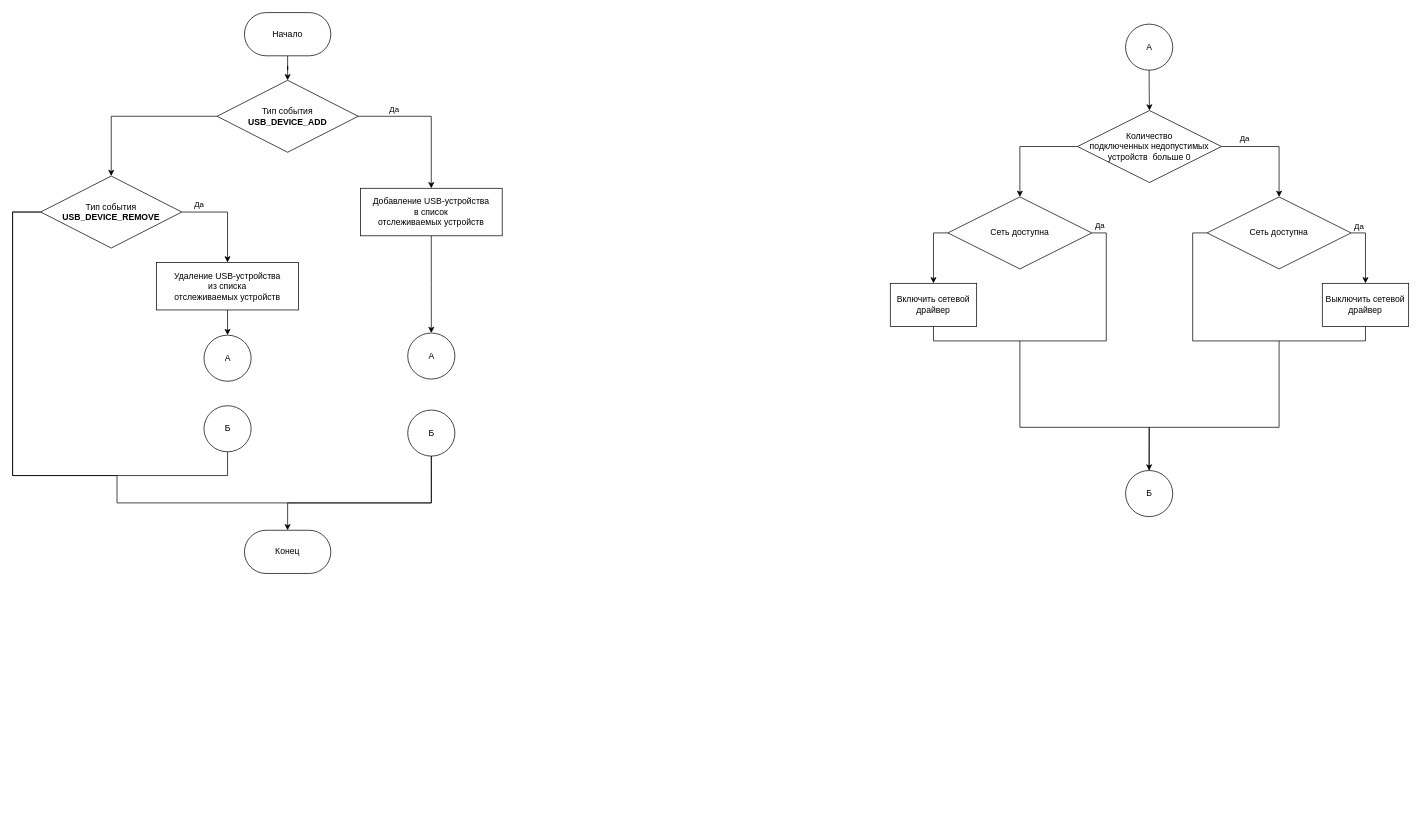
Earlier version of the draw.io diagram docs/diagrams/drawio/algo.drawio (hackfeed/netkiller). Source tidied: cells renumbered, new cells numbered last; positions are measured from the earlier drawing's top-left corner, leaving out a move shared by most shapes. Both pictures are drawn from the tidied source at 72%, with x=0, y=0 at pixel (12, 12).
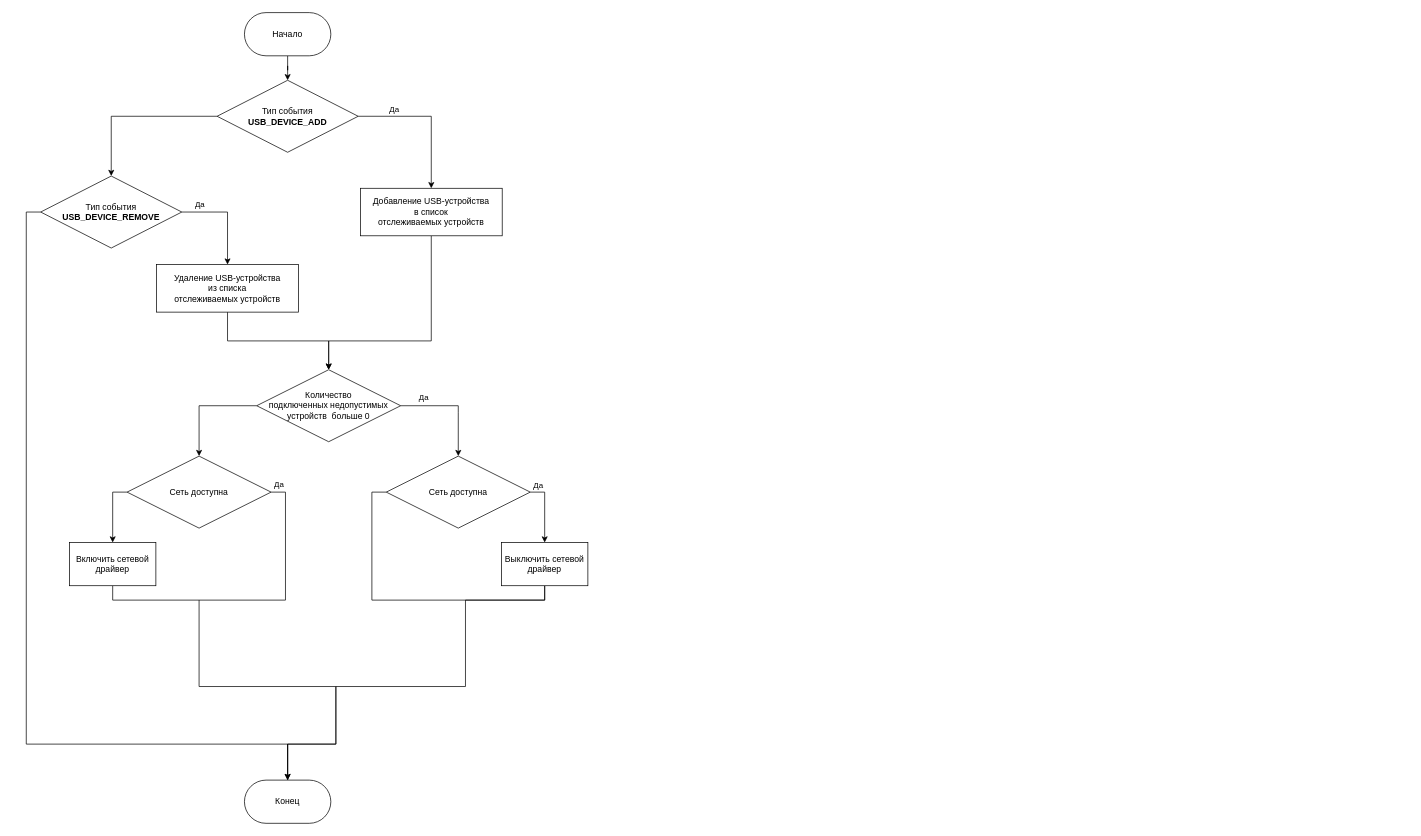
The same diagram, later.

Unchanged cells that the change refers to:
```xml
<mxCell id="9" value="Тип события &lt;br&gt;&lt;b&gt;USB_DEVICE_REMOVE&lt;/b&gt;" style="strokeWidth=1;html=1;shape=mxgraph.flowchart.decision;whiteSpace=wrap;strokeColor=default;" parent="1" vertex="1">
  <mxGeometry x="39" y="227" width="196" height="100" as="geometry" />
</mxCell>
<mxCell id="11" value="Добавление USB-устройства &lt;br&gt;в список &lt;br&gt;отслеживаемых устройств" style="rounded=0;whiteSpace=wrap;html=1;" parent="1" vertex="1">
  <mxGeometry x="483" y="244" width="197" height="66" as="geometry" />
</mxCell>
```

Diff of the diagram source:
```diff
@@
-    <mxCell id="7" style="edgeStyle=orthogonalEdgeStyle;rounded=0;jettySize=auto;html=1;exitX=0;exitY=0.5;exitDx=0;exitDy=0;exitPerimeter=0;entryX=0.5;entryY=1;entryDx=0;entryDy=0;entryPerimeter=0;endArrow=none;endFill=0;" parent="1" edge="1" source="9" target="33">
-      <mxGeometry relative="1" as="geometry">
-        <Array as="points">
-          <mxPoint y="277" />
-          <mxPoint y="643" />
-          <mxPoint x="299" y="643" />
-        </Array>
-      </mxGeometry>
-    </mxCell>
-    <mxCell id="8" style="edgeStyle=orthogonalEdgeStyle;rounded=0;jettySize=auto;html=1;exitX=0;exitY=0.5;exitDx=0;exitDy=0;exitPerimeter=0;entryX=0.5;entryY=1;entryDx=0;entryDy=0;entryPerimeter=0;endArrow=none;endFill=0;" parent="1" edge="1" source="9" target="35">
-      <mxGeometry relative="1" as="geometry">
-        <Array as="points">
-          <mxPoint y="277" />
-          <mxPoint y="643" />
-          <mxPoint x="145" y="643" />
-          <mxPoint x="145" y="681" />
-          <mxPoint x="582" y="681" />
-        </Array>
-      </mxGeometry>
-    </mxCell>
+    <mxCell id="40" style="edgeStyle=orthogonalEdgeStyle;rounded=0;jettySize=auto;html=1;exitX=0;exitY=0.5;exitDx=0;exitDy=0;exitPerimeter=0;entryX=0.5;entryY=0;entryDx=0;entryDy=0;" parent="1" edge="1" source="9" target="38">
+      <mxGeometry relative="1" as="geometry">
+        <Array as="points">
+          <mxPoint x="19" y="277" />
+          <mxPoint x="19" y="1016" />
+          <mxPoint x="382" y="1016" />
+        </Array>
+      </mxGeometry>
+    </mxCell>
@@
-    <mxCell id="10" style="edgeStyle=orthogonalEdgeStyle;rounded=0;jettySize=auto;html=1;exitX=0.5;exitY=1;exitDx=0;exitDy=0;entryX=0.5;entryY=0;entryDx=0;entryDy=0;entryPerimeter=0;endArrow=classic;endFill=1;" parent="1" edge="1" source="11" target="29">
-      <mxGeometry relative="1" as="geometry" />
-    </mxCell>
+    <mxCell id="41" style="edgeStyle=orthogonalEdgeStyle;rounded=0;jettySize=auto;html=1;entryX=0.5;entryY=0;entryDx=0;entryDy=0;entryPerimeter=0;" parent="1" edge="1" source="11" target="14">
+      <mxGeometry relative="1" as="geometry">
+        <Array as="points">
+          <mxPoint x="582" y="456" />
+          <mxPoint x="439" y="456" />
+        </Array>
+      </mxGeometry>
+    </mxCell>
@@
     <mxCell id="12" value="Да" style="edgeStyle=orthogonalEdgeStyle;rounded=0;jettySize=auto;html=1;exitX=1;exitY=0.5;exitDx=0;exitDy=0;exitPerimeter=0;entryX=0.5;entryY=0;entryDx=0;entryDy=0;entryPerimeter=0;" parent="1" edge="1" source="14" target="18">
       <mxGeometry x="-0.58" y="11" relative="1" as="geometry">
         <Array as="points">
-          <mxPoint x="1759" y="195" />
-          <mxPoint x="1759" y="281" />
+          <mxPoint x="619" y="555" />
+          <mxPoint x="619" y="641" />
         </Array>
       </mxGeometry>
     </mxCell>
@@
     <mxCell id="14" value="Количество &lt;br&gt;подключенных недопустимых &lt;br&gt;устройств &amp;nbsp;больше 0" style="strokeWidth=1;html=1;shape=mxgraph.flowchart.decision;whiteSpace=wrap;" parent="1" vertex="1">
-      <mxGeometry x="1479" y="136" width="200" height="100" as="geometry" />
+      <mxGeometry x="339" y="496" width="200" height="100" as="geometry" />
     </mxCell>
@@
     <mxCell id="18" value="Сеть доступна" style="strokeWidth=1;html=1;shape=mxgraph.flowchart.decision;whiteSpace=wrap;" parent="1" vertex="1">
-      <mxGeometry x="1659" y="256" width="200" height="100" as="geometry" />
+      <mxGeometry x="519" y="616" width="200" height="100" as="geometry" />
     </mxCell>
@@
     <mxCell id="22" value="Сеть доступна" style="strokeWidth=1;html=1;shape=mxgraph.flowchart.decision;whiteSpace=wrap;" parent="1" vertex="1">
-      <mxGeometry x="1299" y="256" width="200" height="100" as="geometry" />
+      <mxGeometry x="159" y="616" width="200" height="100" as="geometry" />
     </mxCell>
     <mxCell id="23" value="Включить сетевой драйвер" style="rounded=0;whiteSpace=wrap;html=1;" parent="1" vertex="1">
-      <mxGeometry x="1219" y="376" width="120" height="60" as="geometry" />
+      <mxGeometry x="79" y="736" width="120" height="60" as="geometry" />
     </mxCell>
-    <mxCell id="24" style="edgeStyle=orthogonalEdgeStyle;rounded=0;jettySize=auto;html=1;exitX=0.5;exitY=1;exitDx=0;exitDy=0;exitPerimeter=0;entryX=0.5;entryY=0;entryDx=0;entryDy=0;entryPerimeter=0;endArrow=classic;endFill=1;" parent="1" edge="1" source="25" target="14">
-      <mxGeometry relative="1" as="geometry" />
-    </mxCell>
-    <mxCell id="25" value="А" style="strokeWidth=1;html=1;shape=mxgraph.flowchart.start_2;whiteSpace=wrap;" parent="1" vertex="1">
-      <mxGeometry x="1545.8" y="16" width="65.5" height="64" as="geometry" />
-    </mxCell>
-    <mxCell id="26" style="edgeStyle=orthogonalEdgeStyle;rounded=0;jettySize=auto;html=1;exitX=0.5;exitY=0;exitDx=0;exitDy=0;exitPerimeter=0;endArrow=none;endFill=0;" parent="1" edge="1" source="28">
+    <mxCell id="26" style="edgeStyle=orthogonalEdgeStyle;rounded=0;jettySize=auto;html=1;exitX=0.5;exitY=0;exitDx=0;exitDy=0;endArrow=none;endFill=0;" parent="1" edge="1" source="38">
       <mxGeometry relative="1" as="geometry">
-        <mxPoint x="1399" y="456" as="targetPoint" />
+        <mxPoint x="259" y="816" as="targetPoint" />
         <Array as="points">
-          <mxPoint x="1579" y="576" />
-          <mxPoint x="1399" y="576" />
+          <mxPoint x="382" y="1016" />
+          <mxPoint x="449" y="1016" />
+          <mxPoint x="449" y="936" />
+          <mxPoint x="259" y="936" />
         </Array>
       </mxGeometry>
     </mxCell>
-    <mxCell id="27" style="edgeStyle=orthogonalEdgeStyle;rounded=0;jettySize=auto;html=1;exitX=0.5;exitY=0;exitDx=0;exitDy=0;exitPerimeter=0;endArrow=none;endFill=0;startArrow=classic;startFill=1;" parent="1" edge="1" source="28">
-      <mxGeometry relative="1" as="geometry">
-        <mxPoint x="1759" y="456" as="targetPoint" />
-        <Array as="points">
-          <mxPoint x="1579" y="576" />
-          <mxPoint x="1759" y="576" />
-        </Array>
-      </mxGeometry>
-    </mxCell>
-    <mxCell id="28" value="Б" style="strokeWidth=1;html=1;shape=mxgraph.flowchart.start_2;whiteSpace=wrap;" parent="1" vertex="1">
-      <mxGeometry x="1545.8" y="636" width="65.5" height="64" as="geometry" />
-    </mxCell>
-    <mxCell id="29" value="А" style="strokeWidth=1;html=1;shape=mxgraph.flowchart.start_2;whiteSpace=wrap;" parent="1" vertex="1">
-      <mxGeometry x="548.8" y="445" width="65.5" height="64" as="geometry" />
-    </mxCell>
-    <mxCell id="30" style="edgeStyle=orthogonalEdgeStyle;rounded=0;jettySize=auto;html=1;exitX=0.5;exitY=1;exitDx=0;exitDy=0;entryX=0.5;entryY=0;entryDx=0;entryDy=0;entryPerimeter=0;endArrow=classic;endFill=1;" parent="1" edge="1" source="31" target="32">
-      <mxGeometry relative="1" as="geometry" />
-    </mxCell>
+    <mxCell id="42" style="edgeStyle=orthogonalEdgeStyle;rounded=0;jettySize=auto;html=1;entryX=0.5;entryY=0;entryDx=0;entryDy=0;entryPerimeter=0;" parent="1" edge="1" source="31" target="14">
+      <mxGeometry relative="1" as="geometry" />
+    </mxCell>
     <mxCell id="31" value="Удаление USB-устройства &lt;br&gt;из списка &lt;br&gt;отслеживаемых устройств" style="rounded=0;whiteSpace=wrap;html=1;" parent="1" vertex="1">
-      <mxGeometry x="200" y="347" width="197" height="66" as="geometry" />
+      <mxGeometry x="200" y="350" width="197" height="66" as="geometry" />
     </mxCell>
-    <mxCell id="32" value="А" style="strokeWidth=1;html=1;shape=mxgraph.flowchart.start_2;whiteSpace=wrap;" parent="1" vertex="1">
-      <mxGeometry x="265.8" y="448" width="65.5" height="64" as="geometry" />
-    </mxCell>
-    <mxCell id="33" value="Б" style="strokeWidth=1;html=1;shape=mxgraph.flowchart.start_2;whiteSpace=wrap;" parent="1" vertex="1">
-      <mxGeometry x="265.8" y="546" width="65.5" height="64" as="geometry" />
-    </mxCell>
-    <mxCell id="34" style="edgeStyle=orthogonalEdgeStyle;rounded=0;jettySize=auto;html=1;exitX=0.5;exitY=1;exitDx=0;exitDy=0;exitPerimeter=0;endArrow=classic;endFill=1;entryX=0.5;entryY=0;entryDx=0;entryDy=0;" parent="1" edge="1" source="35" target="38">
-      <mxGeometry relative="1" as="geometry">
-        <Array as="points">
-          <mxPoint x="582" y="681" />
-          <mxPoint x="382" y="681" />
-        </Array>
-      </mxGeometry>
-    </mxCell>
-    <mxCell id="35" value="Б" style="strokeWidth=1;html=1;shape=mxgraph.flowchart.start_2;whiteSpace=wrap;" parent="1" vertex="1">
-      <mxGeometry x="548.8" y="552" width="65.5" height="64" as="geometry" />
-    </mxCell>
@@
     <mxCell id="38" value="Конец" style="rounded=1;whiteSpace=wrap;html=1;arcSize=50;" parent="1" vertex="1">
-      <mxGeometry x="322" y="719" width="120" height="60" as="geometry" />
+      <mxGeometry x="322" y="1066" width="120" height="60" as="geometry" />
     </mxCell>
+    <mxCell id="43" style="edgeStyle=orthogonalEdgeStyle;rounded=0;jettySize=auto;html=1;exitX=0.5;exitY=1;exitDx=0;exitDy=0;entryX=0.5;entryY=0;entryDx=0;entryDy=0;" parent="1" edge="1" source="39" target="38">
+      <mxGeometry relative="1" as="geometry">
+        <Array as="points">
+          <mxPoint x="739" y="816" />
+          <mxPoint x="629" y="816" />
+          <mxPoint x="629" y="936" />
+          <mxPoint x="449" y="936" />
+          <mxPoint x="449" y="1016" />
+          <mxPoint x="382" y="1016" />
+        </Array>
+      </mxGeometry>
+    </mxCell>
     <mxCell id="39" value="Выключить сетевой драйвер" style="rounded=0;whiteSpace=wrap;html=1;" parent="1" vertex="1">
-      <mxGeometry x="1819" y="376" width="120" height="60" as="geometry" />
+      <mxGeometry x="679" y="736" width="120" height="60" as="geometry" />
     </mxCell>
```
